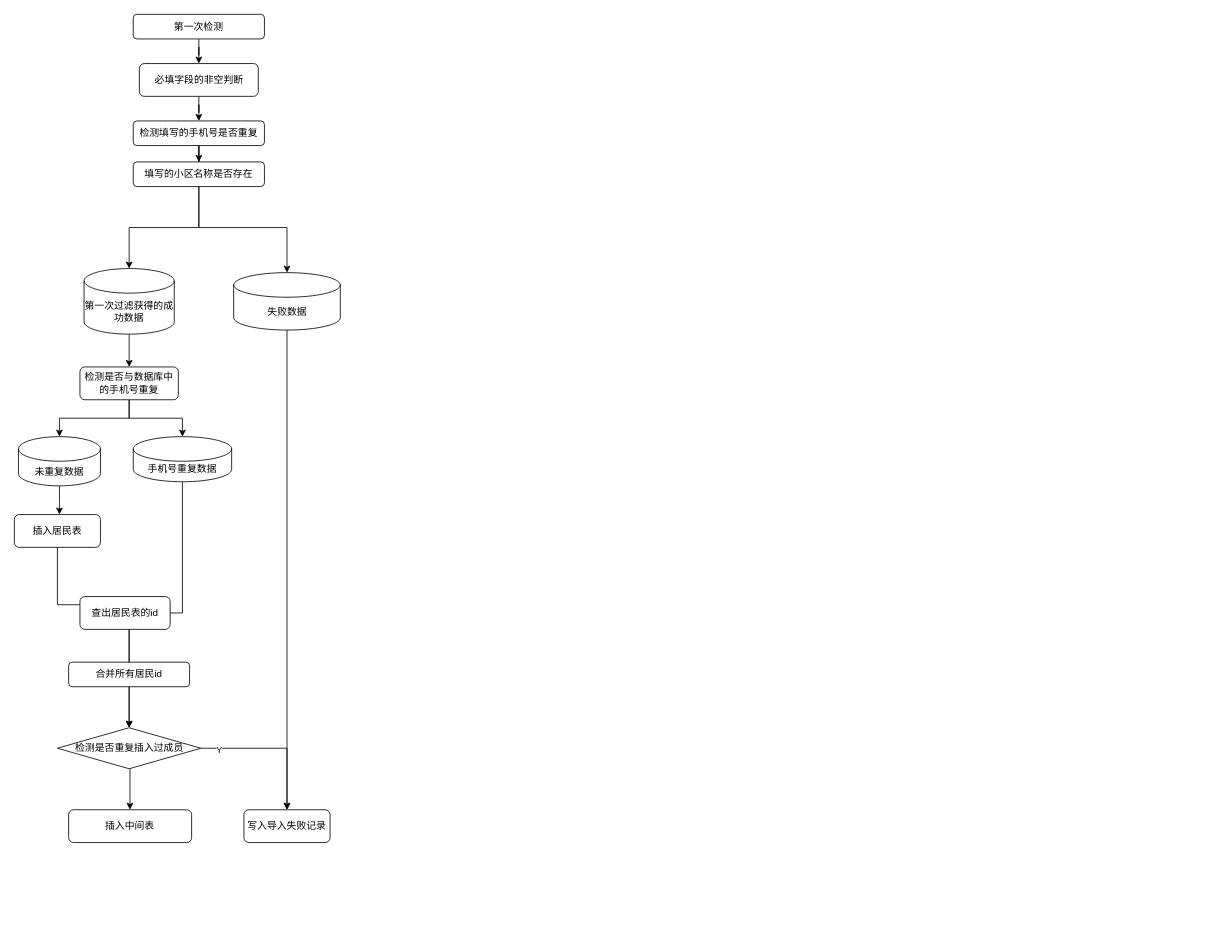
This is 绘图.drawio from DearJJJ/my_design_pattern, a draw.io file, before an edit. Source tidied: cells renumbered, new cells numbered last; positions are measured from the earlier drawing's top-left corner, leaving out a move shared by most shapes. Both pictures are drawn from the tidied source at 82%, with x=0, y=0 at pixel (14, 14).
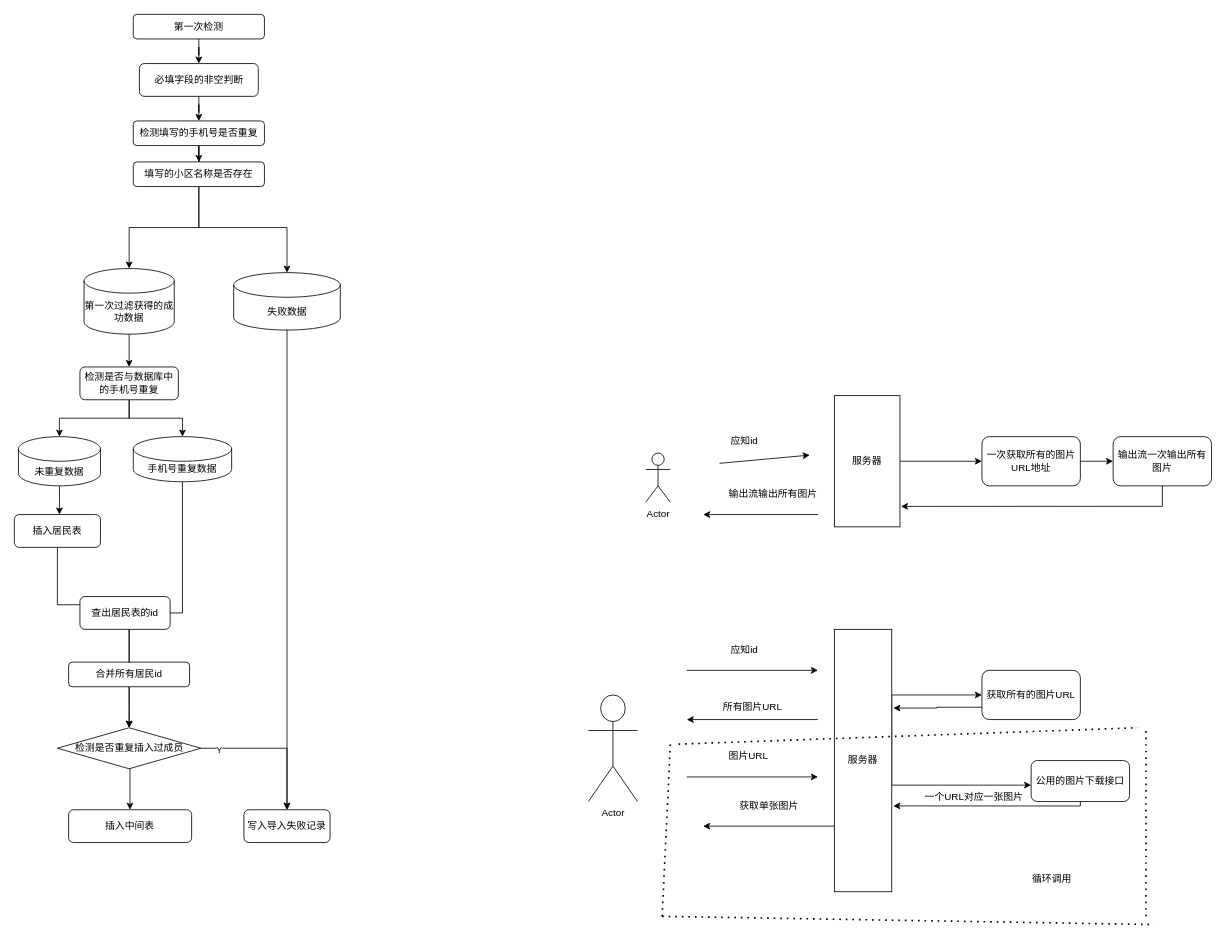
After the change.

Diff of the diagram source:
```diff
@@
+    <mxCell id="33" value="Actor" style="shape=umlActor;verticalLabelPosition=bottom;verticalAlign=top;html=1;" parent="1" vertex="1">
+      <mxGeometry x="770" y="535" width="30" height="60" as="geometry" />
+    </mxCell>
+    <mxCell id="34" style="endArrow=classic;html=1;rounded=0;" parent="1" edge="1">
+      <mxGeometry relative="1" as="geometry">
+        <mxPoint x="860" y="547.5" as="sourcePoint" />
+        <mxPoint x="970" y="537.5" as="targetPoint" />
+      </mxGeometry>
+    </mxCell>
+    <mxCell id="35" style="edgeStyle=orthogonalEdgeStyle;rounded=0;jettySize=auto;html=1;exitX=1;exitY=0.5;exitDx=0;exitDy=0;" parent="1" edge="1" source="36" target="38">
+      <mxGeometry relative="1" as="geometry" />
+    </mxCell>
+    <mxCell id="36" value="服务器" style="rounded=0;whiteSpace=wrap;html=1;" parent="1" vertex="1">
+      <mxGeometry x="1000" y="465" width="80" height="160" as="geometry" />
+    </mxCell>
+    <mxCell id="37" style="edgeStyle=orthogonalEdgeStyle;rounded=0;jettySize=auto;html=1;exitX=1;exitY=0.5;exitDx=0;exitDy=0;" parent="1" edge="1" source="38" target="40">
+      <mxGeometry relative="1" as="geometry" />
+    </mxCell>
+    <mxCell id="38" value="一次获取所有的图片URL地址" style="rounded=1;whiteSpace=wrap;html=1;" parent="1" vertex="1">
+      <mxGeometry x="1180" y="515" width="120" height="60" as="geometry" />
+    </mxCell>
+    <mxCell id="39" style="edgeStyle=orthogonalEdgeStyle;rounded=0;jettySize=auto;html=1;exitX=0.5;exitY=1;exitDx=0;exitDy=0;entryX=1.015;entryY=0.844;entryDx=0;entryDy=0;entryPerimeter=0;" parent="1" edge="1" source="40" target="36">
+      <mxGeometry relative="1" as="geometry" />
+    </mxCell>
+    <mxCell id="40" value="输出流一次输出所有图片" style="rounded=1;whiteSpace=wrap;html=1;" parent="1" vertex="1">
+      <mxGeometry x="1340" y="515" width="120" height="60" as="geometry" />
+    </mxCell>
+    <mxCell id="41" value="Actor" style="shape=umlActor;verticalLabelPosition=bottom;verticalAlign=top;html=1;" parent="1" vertex="1">
+      <mxGeometry x="700" y="830" width="60" height="130" as="geometry" />
+    </mxCell>
+    <mxCell id="42" style="endArrow=classic;html=1;rounded=0;" parent="1" edge="1">
+      <mxGeometry relative="1" as="geometry">
+        <mxPoint x="820" y="800" as="sourcePoint" />
+        <mxPoint x="980" y="800" as="targetPoint" />
+      </mxGeometry>
+    </mxCell>
+    <mxCell id="43" style="edgeStyle=orthogonalEdgeStyle;rounded=0;jettySize=auto;html=1;exitX=1;exitY=0.5;exitDx=0;exitDy=0;" parent="1" edge="1" source="46" target="48">
+      <mxGeometry relative="1" as="geometry">
+        <Array as="points">
+          <mxPoint x="1070" y="830" />
+        </Array>
+      </mxGeometry>
+    </mxCell>
+    <mxCell id="44" style="edgeStyle=orthogonalEdgeStyle;rounded=0;jettySize=auto;html=1;exitX=1;exitY=0.5;exitDx=0;exitDy=0;" parent="1" edge="1" source="46" target="57">
+      <mxGeometry relative="1" as="geometry">
+        <Array as="points">
+          <mxPoint x="1070" y="940" />
+        </Array>
+      </mxGeometry>
+    </mxCell>
+    <mxCell id="45" style="edgeStyle=orthogonalEdgeStyle;rounded=0;jettySize=auto;html=1;exitX=0;exitY=0.75;exitDx=0;exitDy=0;" parent="1" edge="1" source="46">
+      <mxGeometry relative="1" as="geometry">
+        <mxPoint x="840" y="990" as="targetPoint" />
+      </mxGeometry>
+    </mxCell>
+    <mxCell id="46" value="服务器" style="rounded=0;whiteSpace=wrap;html=1;" parent="1" vertex="1">
+      <mxGeometry x="1000" y="750" width="70" height="320" as="geometry" />
+    </mxCell>
+    <mxCell id="47" style="edgeStyle=orthogonalEdgeStyle;rounded=0;jettySize=auto;html=1;exitX=0;exitY=0.75;exitDx=0;exitDy=0;entryX=1.027;entryY=0.3;entryDx=0;entryDy=0;entryPerimeter=0;" parent="1" edge="1" source="48" target="46">
+      <mxGeometry relative="1" as="geometry" />
+    </mxCell>
+    <mxCell id="48" value="获取所有的图片URL" style="rounded=1;whiteSpace=wrap;html=1;" parent="1" vertex="1">
+      <mxGeometry x="1180" y="800" width="120" height="60" as="geometry" />
+    </mxCell>
+    <mxCell id="49" value="应知id" style="text;html=1;align=center;verticalAlign=middle;strokeColor=none;fillColor=none;" parent="1" vertex="1">
+      <mxGeometry x="860" y="505" width="60" height="30" as="geometry" />
+    </mxCell>
+    <mxCell id="50" value="输出流输出所有图片" style="text;html=1;align=center;verticalAlign=middle;strokeColor=none;fillColor=none;" parent="1" vertex="1">
+      <mxGeometry x="860" y="570" width="130" height="30" as="geometry" />
+    </mxCell>
+    <mxCell id="51" style="endArrow=classic;html=1;rounded=0;" parent="1" edge="1">
+      <mxGeometry relative="1" as="geometry">
+        <mxPoint x="980" y="610" as="sourcePoint" />
+        <mxPoint x="840" y="610" as="targetPoint" />
+      </mxGeometry>
+    </mxCell>
+    <mxCell id="52" value="应知id" style="text;html=1;align=center;verticalAlign=middle;strokeColor=none;fillColor=none;" parent="1" vertex="1">
+      <mxGeometry x="860" y="760" width="60" height="30" as="geometry" />
+    </mxCell>
+    <mxCell id="53" value="所有图片URL" style="text;html=1;align=center;verticalAlign=middle;strokeColor=none;fillColor=none;" parent="1" vertex="1">
+      <mxGeometry x="850" y="830" width="100" height="30" as="geometry" />
+    </mxCell>
+    <mxCell id="54" style="endArrow=classic;html=1;rounded=0;" parent="1" edge="1">
+      <mxGeometry relative="1" as="geometry">
+        <mxPoint x="820" y="930" as="sourcePoint" />
+        <mxPoint x="980" y="930" as="targetPoint" />
+      </mxGeometry>
+    </mxCell>
+    <mxCell id="55" value="图片URL" style="text;html=1;align=center;verticalAlign=middle;strokeColor=none;fillColor=none;" parent="1" vertex="1">
+      <mxGeometry x="860" y="890" width="70" height="30" as="geometry" />
+    </mxCell>
+    <mxCell id="56" style="edgeStyle=orthogonalEdgeStyle;rounded=0;jettySize=auto;html=1;entryX=1.027;entryY=0.673;entryDx=0;entryDy=0;entryPerimeter=0;" parent="1" edge="1" source="57" target="46">
+      <mxGeometry relative="1" as="geometry">
+        <Array as="points">
+          <mxPoint x="1300" y="965" />
+        </Array>
+      </mxGeometry>
+    </mxCell>
+    <mxCell id="57" value="公用的图片下载接口" style="rounded=1;whiteSpace=wrap;html=1;" parent="1" vertex="1">
+      <mxGeometry x="1240" y="910" width="120" height="50" as="geometry" />
+    </mxCell>
+    <mxCell id="58" value="一个URL对应一张图片" style="text;html=1;align=center;verticalAlign=middle;strokeColor=none;fillColor=none;" parent="1" vertex="1">
+      <mxGeometry x="1100" y="940" width="140" height="30" as="geometry" />
+    </mxCell>
+    <mxCell id="59" value="获取单张图片" style="text;html=1;align=center;verticalAlign=middle;strokeColor=none;fillColor=none;" parent="1" vertex="1">
+      <mxGeometry x="870" y="950" width="100" height="30" as="geometry" />
+    </mxCell>
+    <mxCell id="60" style="edgeStyle=orthogonalEdgeStyle;rounded=0;orthogonalLoop=1;jettySize=auto;html=1;exitX=0;exitY=0.75;exitDx=0;exitDy=0;" parent="1" edge="1">
+      <mxGeometry relative="1" as="geometry">
+        <mxPoint x="980" y="860" as="sourcePoint" />
+        <mxPoint x="820" y="860" as="targetPoint" />
+      </mxGeometry>
+    </mxCell>
+    <mxCell id="61" style="endArrow=none;dashed=1;html=1;dashPattern=1 3;strokeWidth=2;rounded=0;" parent="1" edge="1">
+      <mxGeometry relative="1" as="geometry">
+        <mxPoint x="810" y="890" as="sourcePoint" />
+        <mxPoint x="1370" y="870" as="targetPoint" />
+      </mxGeometry>
+    </mxCell>
+    <mxCell id="62" style="endArrow=none;dashed=1;html=1;dashPattern=1 3;strokeWidth=2;rounded=0;" parent="1" edge="1">
+      <mxGeometry relative="1" as="geometry">
+        <mxPoint x="790" y="1100" as="sourcePoint" />
+        <mxPoint x="800" y="890" as="targetPoint" />
+      </mxGeometry>
+    </mxCell>
+    <mxCell id="63" style="endArrow=none;dashed=1;html=1;dashPattern=1 3;strokeWidth=2;rounded=0;" parent="1" edge="1">
+      <mxGeometry relative="1" as="geometry">
+        <mxPoint x="790" y="1100" as="sourcePoint" />
+        <mxPoint x="1390" y="1110" as="targetPoint" />
+      </mxGeometry>
+    </mxCell>
+    <mxCell id="64" style="endArrow=none;dashed=1;html=1;dashPattern=1 3;strokeWidth=2;rounded=0;" parent="1" edge="1">
+      <mxGeometry relative="1" as="geometry">
+        <mxPoint x="1380" y="1100" as="sourcePoint" />
+        <mxPoint x="1380" y="870" as="targetPoint" />
+      </mxGeometry>
+    </mxCell>
+    <mxCell id="65" value="循环调用" style="text;html=1;align=center;verticalAlign=middle;strokeColor=none;fillColor=none;" parent="1" vertex="1">
+      <mxGeometry x="1230" y="1040" width="70" height="30" as="geometry" />
+    </mxCell>
```
